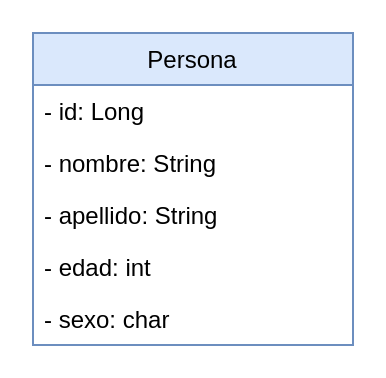
Above: page "Dominio" (1 of 2) of doc/diseño.drawio in juliomachillanda1/personas (draw.io), before the change. Source tidied: cells renumbered, new cells numbered last; positions are measured from the earlier drawing's top-left corner, leaving out a move shared by most shapes. Both pictures are drawn from the tidied source at 200%, with x=0, y=0 at pixel (32, 32).
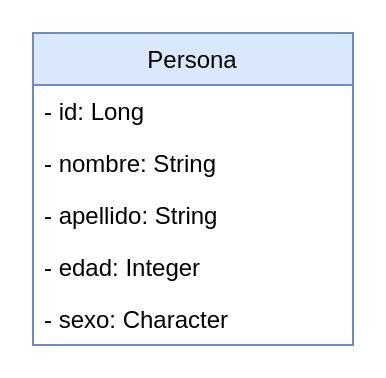
The same page after the edit.

What changed in the source:
```diff
@@
 <mxGraphModel>
   <root>
     <mxCell id="0" />
     <mxCell id="1" parent="0" />
     <mxCell id="2" value="Persona" style="swimlane;fontStyle=0;horizontal=1;startSize=26;fillColor=#dae8fc;strokeColor=#6c8ebf;" parent="1" vertex="1">
       <mxGeometry width="160" height="156" as="geometry" />
     </mxCell>
     <mxCell id="3" value="- id: Long" style="text;strokeColor=none;fillColor=none;align=left;verticalAlign=top;spacingLeft=4;spacingRight=4;overflow=hidden;" parent="2" vertex="1">
       <mxGeometry y="26" width="160" height="26" as="geometry" />
     </mxCell>
     <mxCell id="4" value="- nombre: String" style="text;strokeColor=none;fillColor=none;align=left;verticalAlign=top;spacingLeft=4;spacingRight=4;overflow=hidden;" parent="2" vertex="1">
       <mxGeometry y="52" width="160" height="26" as="geometry" />
     </mxCell>
     <mxCell id="5" value="- apellido: String" style="text;strokeColor=none;fillColor=none;align=left;verticalAlign=top;spacingLeft=4;spacingRight=4;overflow=hidden;" parent="2" vertex="1">
       <mxGeometry y="78" width="160" height="26" as="geometry" />
     </mxCell>
-    <mxCell id="6" value="- edad: int&#10;" style="text;strokeColor=none;fillColor=none;align=left;verticalAlign=top;spacingLeft=4;spacingRight=4;overflow=hidden;" parent="2" vertex="1">
+    <mxCell id="6" value="- edad: Integer&#10;" style="text;strokeColor=none;fillColor=none;align=left;verticalAlign=top;spacingLeft=4;spacingRight=4;overflow=hidden;" parent="2" vertex="1">
       <mxGeometry y="104" width="160" height="26" as="geometry" />
     </mxCell>
-    <mxCell id="7" value="- sexo: char" style="text;strokeColor=none;fillColor=none;align=left;verticalAlign=top;spacingLeft=4;spacingRight=4;overflow=hidden;" parent="2" vertex="1">
+    <mxCell id="7" value="- sexo: Character" style="text;strokeColor=none;fillColor=none;align=left;verticalAlign=top;spacingLeft=4;spacingRight=4;overflow=hidden;" parent="2" vertex="1">
       <mxGeometry y="130" width="160" height="26" as="geometry" />
     </mxCell>
   </root>
 </mxGraphModel>
```
